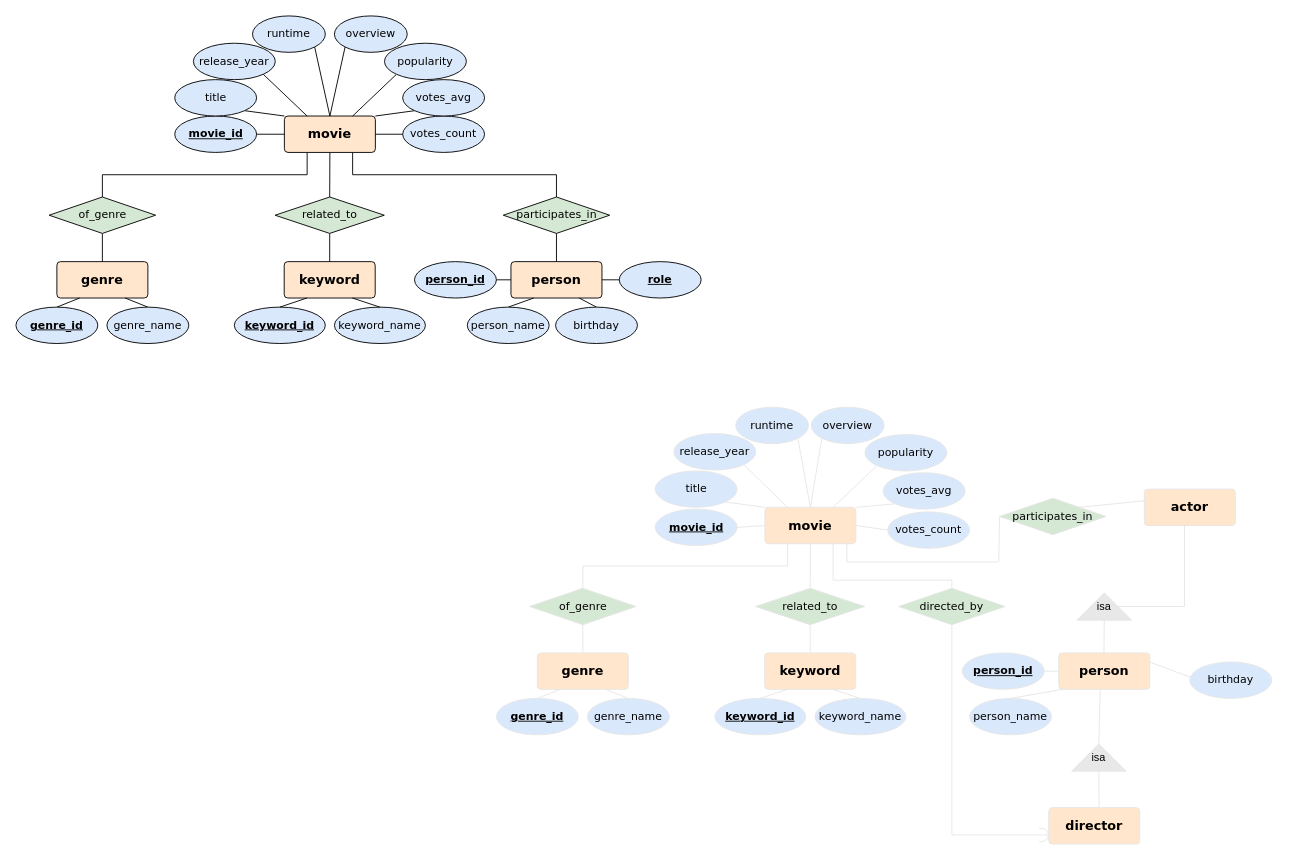
The draw.io diagram db_schema.drawio in MichalBKM/DBMS_Project, before the edit. Source tidied: cells renumbered, new cells numbered last; positions are measured from the earlier drawing's top-left corner, leaving out a move shared by most shapes. Both pictures are drawn from the tidied source at 91%, with x=0, y=0 at pixel (15, 15).
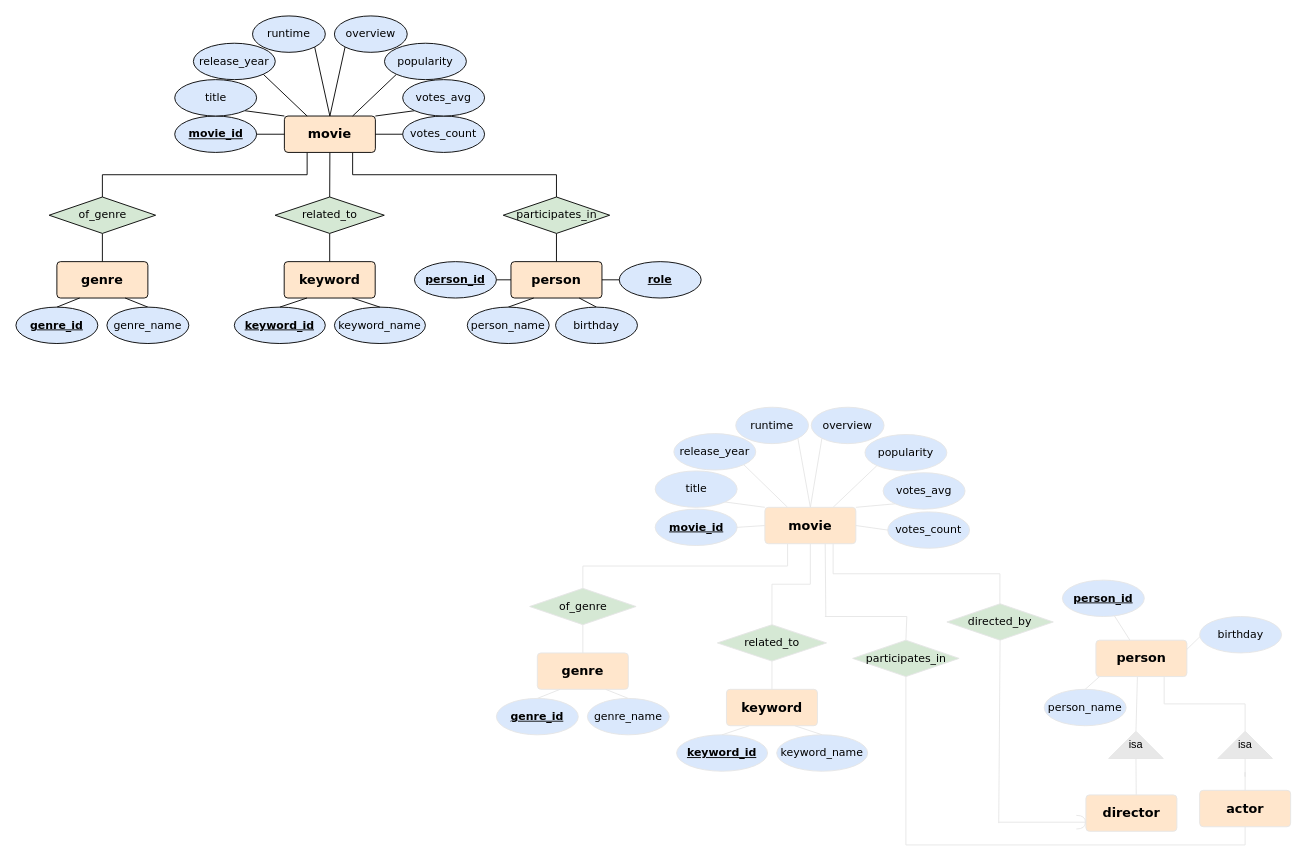
After the change.

Unchanged cells that the change refers to:
```xml
<mxCell id="59" value="movie" style="rounded=1;arcSize=10;whiteSpace=wrap;html=1;align=center;fontSize=14;fontFamily=Verdana;fillColor=#ffe6cc;strokeColor=#E6E6E6;fontStyle=1;" parent="1" vertex="1">
  <mxGeometry x="823" y="540" width="100" height="40" as="geometry" />
</mxCell>
```

What changed in the source:
```diff
@@
-    <mxCell id="51" style="rounded=0;jettySize=auto;html=1;exitX=0.5;exitY=0;exitDx=0;exitDy=0;entryX=0.5;entryY=1;entryDx=0;entryDy=0;endArrow=none;endFill=0;fontFamily=Verdana;strokeColor=#E6E6E6;" parent="1" edge="1" source="52" target="59">
-      <mxGeometry relative="1" as="geometry" />
-    </mxCell>
     <mxCell id="52" value="related_to" style="shape=rhombus;perimeter=rhombusPerimeter;whiteSpace=wrap;html=1;align=center;fillColor=#d5e8d4;strokeColor=#E6E6E6;fontFamily=Verdana;rounded=0;" parent="1" vertex="1">
-      <mxGeometry x="812.8" y="629" width="120" height="40" as="geometry" />
+      <mxGeometry x="770.8" y="669" width="120" height="40" as="geometry" />
     </mxCell>
-    <mxCell id="53" style="rounded=0;jettySize=auto;html=1;exitX=1;exitY=0;exitDx=0;exitDy=0;entryX=0.004;entryY=0.32;entryDx=0;entryDy=0;endArrow=none;endFill=0;fontFamily=Verdana;strokeColor=#E6E6E6;entryPerimeter=0;" parent="1" edge="1" source="54" target="96">
-      <mxGeometry relative="1" as="geometry" />
-    </mxCell>
     <mxCell id="54" value="participates_in" style="shape=rhombus;perimeter=rhombusPerimeter;whiteSpace=wrap;html=1;align=center;fillColor=#d5e8d4;strokeColor=#E6E6E6;fontFamily=Verdana;rounded=0;" parent="1" vertex="1">
-      <mxGeometry x="1081" y="530" width="117" height="40" as="geometry" />
+      <mxGeometry x="919.5" y="686" width="117" height="40" as="geometry" />
     </mxCell>
@@
+    <mxCell id="102" style="edgeStyle=orthogonalEdgeStyle;rounded=0;jettySize=auto;html=1;exitX=0.5;exitY=1;exitDx=0;exitDy=0;entryX=0.5;entryY=0;entryDx=0;entryDy=0;strokeColor=#E6E6E6;endArrow=none;endFill=0;" parent="1" edge="1" source="59" target="52">
+      <mxGeometry relative="1" as="geometry" />
+    </mxCell>
-    <mxCell id="57" style="edgeStyle=orthogonalEdgeStyle;rounded=0;jettySize=auto;html=1;exitX=0.75;exitY=1;exitDx=0;exitDy=0;entryX=0.5;entryY=0;entryDx=0;entryDy=0;endArrow=none;startFill=0;strokeColor=#E6E6E6;" parent="1" edge="1" source="59" target="92">
-      <mxGeometry relative="1" as="geometry">
-        <Array as="points">
-          <mxPoint x="898" y="620" />
-          <mxPoint x="1029" y="620" />
-        </Array>
-      </mxGeometry>
+    <mxCell id="57" style="edgeStyle=orthogonalEdgeStyle;rounded=0;jettySize=auto;html=1;exitX=0.75;exitY=1;exitDx=0;exitDy=0;entryX=0.498;entryY=0.04;entryDx=0;entryDy=0;entryPerimeter=0;strokeColor=#E6E6E6;endArrow=none;endFill=0;" parent="1" edge="1" source="59" target="92">
+      <mxGeometry relative="1" as="geometry" />
     </mxCell>
-    <mxCell id="58" style="edgeStyle=orthogonalEdgeStyle;rounded=0;jettySize=auto;html=1;exitX=0.901;exitY=1.003;exitDx=0;exitDy=0;entryX=0;entryY=0.5;entryDx=0;entryDy=0;endArrow=none;endFill=0;exitPerimeter=0;strokeColor=#E6E6E6;" parent="1" edge="1" source="59" target="54">
-      <mxGeometry relative="1" as="geometry">
-        <Array as="points">
-          <mxPoint x="913" y="600" />
-          <mxPoint x="1080" y="600" />
-          <mxPoint x="1080" y="550" />
-        </Array>
-      </mxGeometry>
-    </mxCell>
@@
     <mxCell id="79" value="keyword" style="rounded=1;arcSize=10;whiteSpace=wrap;html=1;align=center;fontSize=14;fontFamily=Verdana;fillColor=#ffe6cc;strokeColor=#E6E6E6;fontStyle=1;" parent="1" vertex="1">
-      <mxGeometry x="822.8" y="700" width="100" height="40" as="geometry" />
+      <mxGeometry x="780.8" y="740" width="100" height="40" as="geometry" />
     </mxCell>
     <mxCell id="80" value="keyword_id" style="ellipse;whiteSpace=wrap;html=1;align=center;fontStyle=5;fontFamily=Verdana;fontSize=12;fillColor=#dae8fc;strokeColor=#E6E6E6;" parent="1" vertex="1">
-      <mxGeometry x="768" y="750" width="100" height="40" as="geometry" />
+      <mxGeometry x="726" y="790" width="100" height="40" as="geometry" />
     </mxCell>
     <mxCell id="81" value="keyword_name" style="ellipse;whiteSpace=wrap;html=1;align=center;fontStyle=0;fontFamily=Verdana;fontSize=12;fillColor=#dae8fc;strokeColor=#E6E6E6;" parent="1" vertex="1">
-      <mxGeometry x="878" y="750" width="100" height="40" as="geometry" />
+      <mxGeometry x="836" y="790" width="100" height="40" as="geometry" />
     </mxCell>
@@
+    <mxCell id="103" style="edgeStyle=orthogonalEdgeStyle;rounded=0;jettySize=auto;html=1;exitX=0.75;exitY=1;exitDx=0;exitDy=0;entryX=1;entryY=0.5;entryDx=0;entryDy=0;strokeColor=#E6E6E6;endArrow=none;endFill=0;" parent="1" edge="1" source="84" target="101">
+      <mxGeometry relative="1" as="geometry" />
+    </mxCell>
     <mxCell id="84" value="person" style="rounded=1;arcSize=10;whiteSpace=wrap;html=1;align=center;fontSize=14;fontFamily=Verdana;fillColor=#ffe6cc;strokeColor=#E6E6E6;fontStyle=1;" parent="1" vertex="1">
-      <mxGeometry x="1146" y="700" width="100" height="40" as="geometry" />
+      <mxGeometry x="1186.8" y="686" width="100" height="40" as="geometry" />
     </mxCell>
-    <mxCell id="85" style="rounded=0;jettySize=auto;html=1;exitX=1;exitY=0.5;exitDx=0;exitDy=0;entryX=0;entryY=0.5;entryDx=0;entryDy=0;endArrow=none;endFill=0;fontFamily=Verdana;strokeColor=#E6E6E6;" parent="1" edge="1" source="86" target="84">
+    <mxCell id="85" style="rounded=0;jettySize=auto;html=1;endArrow=none;endFill=0;fontFamily=Verdana;strokeColor=#E6E6E6;" parent="1" edge="1" source="86" target="84">
       <mxGeometry relative="1" as="geometry" />
     </mxCell>
     <mxCell id="86" value="person_id" style="ellipse;whiteSpace=wrap;html=1;align=center;fontStyle=5;fontFamily=Verdana;fontSize=12;fillColor=#dae8fc;strokeColor=#E6E6E6;" parent="1" vertex="1">
-      <mxGeometry x="1040" y="700" width="90" height="40" as="geometry" />
+      <mxGeometry x="1150" y="620" width="90" height="40" as="geometry" />
     </mxCell>
     <mxCell id="87" style="rounded=0;jettySize=auto;html=1;exitX=0.5;exitY=0;exitDx=0;exitDy=0;endArrow=none;endFill=0;fontFamily=Verdana;strokeColor=#E6E6E6;" parent="1" edge="1" source="88">
       <mxGeometry relative="1" as="geometry">
-        <mxPoint x="1150" y="740" as="targetPoint" />
+        <mxPoint x="1190.8" y="726" as="targetPoint" />
       </mxGeometry>
     </mxCell>
     <mxCell id="88" value="person_name" style="ellipse;whiteSpace=wrap;html=1;align=center;fontStyle=0;fontFamily=Verdana;fontSize=12;fillColor=#dae8fc;strokeColor=#E6E6E6;" parent="1" vertex="1">
-      <mxGeometry x="1048" y="750" width="90" height="40" as="geometry" />
+      <mxGeometry x="1130" y="740" width="90" height="40" as="geometry" />
     </mxCell>
@@
     <mxCell id="90" value="birthday" style="ellipse;whiteSpace=wrap;html=1;align=center;fontStyle=0;fontFamily=Verdana;fontSize=12;fillColor=#dae8fc;strokeColor=#E6E6E6;" parent="1" vertex="1">
-      <mxGeometry x="1290" y="710" width="90" height="40" as="geometry" />
+      <mxGeometry x="1300.8" y="660" width="90" height="40" as="geometry" />
     </mxCell>
-    <mxCell id="91" style="edgeStyle=orthogonalEdgeStyle;rounded=0;jettySize=auto;html=1;exitX=0.5;exitY=1;exitDx=0;exitDy=0;entryX=0;entryY=0.75;entryDx=0;entryDy=0;endArrow=none;endFill=0;strokeColor=#E6E6E6;" parent="1" edge="1" source="92" target="95">
-      <mxGeometry relative="1" as="geometry" />
-    </mxCell>
     <mxCell id="92" value="directed_by" style="shape=rhombus;perimeter=rhombusPerimeter;whiteSpace=wrap;html=1;align=center;fillColor=#d5e8d4;strokeColor=#E6E6E6;fontFamily=Verdana;rounded=0;" parent="1" vertex="1">
-      <mxGeometry x="970" y="629" width="117" height="40" as="geometry" />
+      <mxGeometry x="1023" y="646" width="117" height="40" as="geometry" />
     </mxCell>
-    <mxCell id="93" style="edgeStyle=orthogonalEdgeStyle;rounded=0;jettySize=auto;html=1;exitX=0.5;exitY=1;exitDx=0;exitDy=0;entryX=0.441;entryY=0.039;entryDx=0;entryDy=0;entryPerimeter=0;endArrow=none;endFill=0;strokeColor=#E6E6E6;" parent="1" edge="1" source="101" target="96">
-      <mxGeometry relative="1" as="geometry" />
-    </mxCell>
     <mxCell id="94" value="isa" style="triangle;whiteSpace=wrap;html=1;labelBackgroundColor=none;labelBorderColor=none;fillColor=#e8e8e8;direction=north;strokeColor=#E6E6E6;" parent="1" vertex="1">
-      <mxGeometry x="1160" y="800" width="60" height="30" as="geometry" />
+      <mxGeometry x="1200.8" y="786" width="60" height="30" as="geometry" />
     </mxCell>
     <mxCell id="95" value="director" style="rounded=1;arcSize=10;whiteSpace=wrap;html=1;align=center;fontSize=14;fontFamily=Verdana;fillColor=#ffe6cc;strokeColor=#E6E6E6;fontStyle=1;" parent="1" vertex="1">
-      <mxGeometry x="1135" y="870" width="100" height="40" as="geometry" />
+      <mxGeometry x="1175.8" y="856" width="100" height="40" as="geometry" />
     </mxCell>
+    <mxCell id="104" style="edgeStyle=orthogonalEdgeStyle;rounded=0;jettySize=auto;html=1;exitX=0.5;exitY=1;exitDx=0;exitDy=0;strokeColor=#E6E6E6;endArrow=none;endFill=0;entryX=0.5;entryY=1;entryDx=0;entryDy=0;" parent="1" edge="1" source="96" target="54">
+      <mxGeometry relative="1" as="geometry" />
+    </mxCell>
     <mxCell id="96" value="actor" style="rounded=1;arcSize=10;whiteSpace=wrap;html=1;align=center;fontSize=14;fontFamily=Verdana;fillColor=#ffe6cc;strokeColor=#E6E6E6;fontStyle=1;" parent="1" vertex="1">
-      <mxGeometry x="1240" y="520" width="100" height="40" as="geometry" />
+      <mxGeometry x="1300.8" y="851" width="100" height="40" as="geometry" />
     </mxCell>
-    <mxCell id="97" style="rounded=0;orthogonalLoop=1;jettySize=auto;html=1;exitX=0;exitY=0.5;exitDx=0;exitDy=0;entryX=0.296;entryY=0.032;entryDx=0;entryDy=0;endArrow=none;endFill=0;fontFamily=Verdana;strokeColor=#E6E6E6;entryPerimeter=0;" parent="1" edge="1">
-      <mxGeometry relative="1" as="geometry">
-        <mxPoint x="1196" y="664" as="sourcePoint" />
-        <mxPoint x="1195.6" y="701.3" as="targetPoint" />
-      </mxGeometry>
-    </mxCell>
@@
     <mxCell id="100" style="shape=requiredInterface;html=1;verticalLabelPosition=bottom;sketch=0;labelBackgroundColor=none;labelBorderColor=none;fillStyle=solid;strokeColor=#E6E6E6;strokeWidth=1;fillColor=#d0d0d0;gradientColor=none;direction=north;rotation=-90;flipH=1;flipV=1;" parent="1" vertex="1">
-      <mxGeometry x="1122" y="895" width="15" height="10" as="geometry" />
+      <mxGeometry x="1162.8" y="881" width="15" height="10" as="geometry" />
     </mxCell>
+    <mxCell id="93" style="edgeStyle=orthogonalEdgeStyle;rounded=0;jettySize=auto;html=1;exitX=0;exitY=0.5;exitDx=0;exitDy=0;strokeColor=#E6E6E6;endArrow=none;endFill=0;" parent="1" edge="1" source="101" target="96">
+      <mxGeometry relative="1" as="geometry" />
+    </mxCell>
     <mxCell id="101" value="isa" style="triangle;whiteSpace=wrap;html=1;labelBackgroundColor=none;labelBorderColor=none;fillColor=#e8e8e8;direction=north;strokeColor=#E6E6E6;" parent="1" vertex="1">
-      <mxGeometry x="1166" y="634" width="60" height="30" as="geometry" />
+      <mxGeometry x="1320.8" y="786" width="60" height="30" as="geometry" />
     </mxCell>
+    <mxCell id="105" style="endArrow=none;html=1;rounded=0;strokeColor=#E6E6E6;exitX=0.5;exitY=0;exitDx=0;exitDy=0;" parent="1" edge="1" source="54">
+      <mxGeometry relative="1" as="geometry">
+        <mxPoint x="979" y="660" as="targetPoint" />
+      </mxGeometry>
+    </mxCell>
+    <mxCell id="106" style="endArrow=none;html=1;rounded=0;strokeColor=#E6E6E6;" parent="1" edge="1">
+      <mxGeometry relative="1" as="geometry">
+        <mxPoint x="889" y="660" as="sourcePoint" />
+        <mxPoint x="979" y="660" as="targetPoint" />
+      </mxGeometry>
+    </mxCell>
+    <mxCell id="107" style="endArrow=none;html=1;rounded=0;strokeColor=#E6E6E6;entryX=0.663;entryY=1;entryDx=0;entryDy=0;entryPerimeter=0;" parent="1" edge="1" target="59">
+      <mxGeometry relative="1" as="geometry">
+        <mxPoint x="890" y="660" as="sourcePoint" />
+      </mxGeometry>
+    </mxCell>
+    <mxCell id="108" style="endArrow=none;html=1;rounded=0;strokeColor=#E6E6E6;entryX=1;entryY=0.5;entryDx=0;entryDy=0;entryPerimeter=0;" parent="1" edge="1" target="100">
+      <mxGeometry relative="1" as="geometry">
+        <mxPoint x="1080" y="886" as="sourcePoint" />
+      </mxGeometry>
+    </mxCell>
+    <mxCell id="109" style="endArrow=none;html=1;rounded=0;strokeColor=#E6E6E6;entryX=0.5;entryY=1;entryDx=0;entryDy=0;" parent="1" edge="1" target="92">
+      <mxGeometry relative="1" as="geometry">
+        <mxPoint x="1080" y="887" as="sourcePoint" />
+      </mxGeometry>
+    </mxCell>
```
